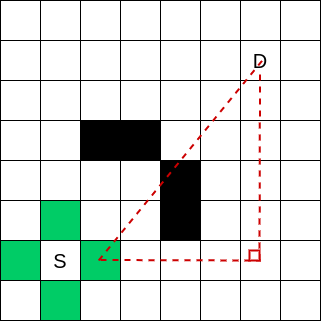
The draw.io diagram paper/figures/grid_euclid.png in mido3ds/vlsi_routing_research, before a commit. Source tidied: cells renumbered, new cells last; positions are measured from the earlier drawing's top-left corner, leaving out a move shared by most shapes. Source of this version:
```xml
<mxGraphModel>
  <root>
    <mxCell id="0" />
    <mxCell id="1" parent="0" />
    <mxCell id="2" style="whiteSpace=wrap;html=1;" parent="1" vertex="1">
      <mxGeometry width="40" height="40" as="geometry" />
    </mxCell>
    <mxCell id="3" style="whiteSpace=wrap;html=1;" parent="1" vertex="1">
      <mxGeometry x="40" width="40" height="40" as="geometry" />
    </mxCell>
    <mxCell id="4" style="whiteSpace=wrap;html=1;" parent="1" vertex="1">
      <mxGeometry x="80" width="40" height="40" as="geometry" />
    </mxCell>
    <mxCell id="5" style="whiteSpace=wrap;html=1;" parent="1" vertex="1">
      <mxGeometry x="120" width="40" height="40" as="geometry" />
    </mxCell>
    <mxCell id="6" style="whiteSpace=wrap;html=1;" parent="1" vertex="1">
      <mxGeometry x="160" width="40" height="40" as="geometry" />
    </mxCell>
    <mxCell id="7" style="whiteSpace=wrap;html=1;" parent="1" vertex="1">
      <mxGeometry x="200" width="40" height="40" as="geometry" />
    </mxCell>
    <mxCell id="8" style="whiteSpace=wrap;html=1;" parent="1" vertex="1">
      <mxGeometry x="240" width="40" height="40" as="geometry" />
    </mxCell>
    <mxCell id="9" style="whiteSpace=wrap;html=1;" parent="1" vertex="1">
      <mxGeometry x="280" width="40" height="40" as="geometry" />
    </mxCell>
    <mxCell id="10" style="whiteSpace=wrap;html=1;" parent="1" vertex="1">
      <mxGeometry y="40" width="40" height="40" as="geometry" />
    </mxCell>
    <mxCell id="11" style="whiteSpace=wrap;html=1;" parent="1" vertex="1">
      <mxGeometry x="40" y="40" width="40" height="40" as="geometry" />
    </mxCell>
    <mxCell id="12" style="whiteSpace=wrap;html=1;" parent="1" vertex="1">
      <mxGeometry x="80" y="40" width="40" height="40" as="geometry" />
    </mxCell>
    <mxCell id="13" style="whiteSpace=wrap;html=1;" parent="1" vertex="1">
      <mxGeometry x="120" y="40" width="40" height="40" as="geometry" />
    </mxCell>
    <mxCell id="14" style="whiteSpace=wrap;html=1;" parent="1" vertex="1">
      <mxGeometry x="160" y="40" width="40" height="40" as="geometry" />
    </mxCell>
    <mxCell id="15" style="whiteSpace=wrap;html=1;" parent="1" vertex="1">
      <mxGeometry x="200" y="40" width="40" height="40" as="geometry" />
    </mxCell>
    <mxCell id="16" value="&lt;font style=&quot;font-size: 20px&quot;&gt;D&lt;/font&gt;" style="whiteSpace=wrap;html=1;fillColor=#FFFFFF;" parent="1" vertex="1">
      <mxGeometry x="240" y="40" width="40" height="40" as="geometry" />
    </mxCell>
    <mxCell id="17" style="whiteSpace=wrap;html=1;" parent="1" vertex="1">
      <mxGeometry x="280" y="40" width="40" height="40" as="geometry" />
    </mxCell>
    <mxCell id="18" style="whiteSpace=wrap;html=1;" parent="1" vertex="1">
      <mxGeometry y="80" width="40" height="40" as="geometry" />
    </mxCell>
    <mxCell id="19" style="whiteSpace=wrap;html=1;" parent="1" vertex="1">
      <mxGeometry x="40" y="80" width="40" height="40" as="geometry" />
    </mxCell>
    <mxCell id="20" style="whiteSpace=wrap;html=1;" parent="1" vertex="1">
      <mxGeometry x="80" y="80" width="40" height="40" as="geometry" />
    </mxCell>
    <mxCell id="21" style="whiteSpace=wrap;html=1;" parent="1" vertex="1">
      <mxGeometry x="120" y="80" width="40" height="40" as="geometry" />
    </mxCell>
    <mxCell id="22" style="whiteSpace=wrap;html=1;" parent="1" vertex="1">
      <mxGeometry x="160" y="80" width="40" height="40" as="geometry" />
    </mxCell>
    <mxCell id="23" style="whiteSpace=wrap;html=1;" parent="1" vertex="1">
      <mxGeometry x="200" y="80" width="40" height="40" as="geometry" />
    </mxCell>
    <mxCell id="24" style="whiteSpace=wrap;html=1;fillColor=#FFFFFF;" parent="1" vertex="1">
      <mxGeometry x="240" y="80" width="40" height="40" as="geometry" />
    </mxCell>
    <mxCell id="25" style="whiteSpace=wrap;html=1;" parent="1" vertex="1">
      <mxGeometry x="280" y="80" width="40" height="40" as="geometry" />
    </mxCell>
    <mxCell id="26" style="whiteSpace=wrap;html=1;" parent="1" vertex="1">
      <mxGeometry y="120" width="40" height="40" as="geometry" />
    </mxCell>
    <mxCell id="27" style="whiteSpace=wrap;html=1;" parent="1" vertex="1">
      <mxGeometry x="40" y="120" width="40" height="40" as="geometry" />
    </mxCell>
    <mxCell id="28" style="whiteSpace=wrap;html=1;fillColor=#000000;" parent="1" vertex="1">
      <mxGeometry x="80" y="120" width="40" height="40" as="geometry" />
    </mxCell>
    <mxCell id="29" style="whiteSpace=wrap;html=1;fillColor=#000000;" parent="1" vertex="1">
      <mxGeometry x="120" y="120" width="40" height="40" as="geometry" />
    </mxCell>
    <mxCell id="30" style="whiteSpace=wrap;html=1;" parent="1" vertex="1">
      <mxGeometry x="160" y="120" width="40" height="40" as="geometry" />
    </mxCell>
    <mxCell id="31" style="whiteSpace=wrap;html=1;" parent="1" vertex="1">
      <mxGeometry x="200" y="120" width="40" height="40" as="geometry" />
    </mxCell>
    <mxCell id="32" style="whiteSpace=wrap;html=1;fillColor=#FFFFFF;" parent="1" vertex="1">
      <mxGeometry x="240" y="120" width="40" height="40" as="geometry" />
    </mxCell>
    <mxCell id="33" style="whiteSpace=wrap;html=1;" parent="1" vertex="1">
      <mxGeometry x="280" y="120" width="40" height="40" as="geometry" />
    </mxCell>
    <mxCell id="34" style="whiteSpace=wrap;html=1;" parent="1" vertex="1">
      <mxGeometry y="160" width="40" height="40" as="geometry" />
    </mxCell>
    <mxCell id="35" style="whiteSpace=wrap;html=1;" parent="1" vertex="1">
      <mxGeometry x="40" y="160" width="40" height="40" as="geometry" />
    </mxCell>
    <mxCell id="36" style="whiteSpace=wrap;html=1;" parent="1" vertex="1">
      <mxGeometry x="80" y="160" width="40" height="40" as="geometry" />
    </mxCell>
    <mxCell id="37" style="whiteSpace=wrap;html=1;" parent="1" vertex="1">
      <mxGeometry x="120" y="160" width="40" height="40" as="geometry" />
    </mxCell>
    <mxCell id="38" style="whiteSpace=wrap;html=1;fillColor=#000000;" parent="1" vertex="1">
      <mxGeometry x="160" y="160" width="40" height="40" as="geometry" />
    </mxCell>
    <mxCell id="39" style="whiteSpace=wrap;html=1;" parent="1" vertex="1">
      <mxGeometry x="200" y="160" width="40" height="40" as="geometry" />
    </mxCell>
    <mxCell id="40" style="whiteSpace=wrap;html=1;fillColor=#FFFFFF;" parent="1" vertex="1">
      <mxGeometry x="240" y="160" width="40" height="40" as="geometry" />
    </mxCell>
    <mxCell id="41" style="whiteSpace=wrap;html=1;" parent="1" vertex="1">
      <mxGeometry x="280" y="160" width="40" height="40" as="geometry" />
    </mxCell>
    <mxCell id="42" style="whiteSpace=wrap;html=1;" parent="1" vertex="1">
      <mxGeometry y="200" width="40" height="40" as="geometry" />
    </mxCell>
    <mxCell id="43" style="whiteSpace=wrap;html=1;fillColor=#00CC66;" parent="1" vertex="1">
      <mxGeometry x="40" y="200" width="40" height="40" as="geometry" />
    </mxCell>
    <mxCell id="44" style="whiteSpace=wrap;html=1;" parent="1" vertex="1">
      <mxGeometry x="80" y="200" width="40" height="40" as="geometry" />
    </mxCell>
    <mxCell id="45" style="whiteSpace=wrap;html=1;" parent="1" vertex="1">
      <mxGeometry x="120" y="200" width="40" height="40" as="geometry" />
    </mxCell>
    <mxCell id="46" style="whiteSpace=wrap;html=1;fillColor=#000000;" parent="1" vertex="1">
      <mxGeometry x="160" y="200" width="40" height="40" as="geometry" />
    </mxCell>
    <mxCell id="47" style="whiteSpace=wrap;html=1;" parent="1" vertex="1">
      <mxGeometry x="200" y="200" width="40" height="40" as="geometry" />
    </mxCell>
    <mxCell id="48" style="whiteSpace=wrap;html=1;fillColor=#FFFFFF;" parent="1" vertex="1">
      <mxGeometry x="240" y="200" width="40" height="40" as="geometry" />
    </mxCell>
    <mxCell id="49" style="whiteSpace=wrap;html=1;" parent="1" vertex="1">
      <mxGeometry x="280" y="200" width="40" height="40" as="geometry" />
    </mxCell>
    <mxCell id="50" style="whiteSpace=wrap;html=1;fillColor=#00CC66;" parent="1" vertex="1">
      <mxGeometry y="240" width="40" height="40" as="geometry" />
    </mxCell>
    <mxCell id="51" value="&lt;font style=&quot;font-size: 20px&quot;&gt;S&lt;/font&gt;" style="whiteSpace=wrap;html=1;fillColor=#FFFFFF;" parent="1" vertex="1">
      <mxGeometry x="40" y="240" width="40" height="40" as="geometry" />
    </mxCell>
    <mxCell id="52" style="whiteSpace=wrap;html=1;fillColor=#00CC66;" parent="1" vertex="1">
      <mxGeometry x="80" y="240" width="40" height="40" as="geometry" />
    </mxCell>
    <mxCell id="53" style="whiteSpace=wrap;html=1;fillColor=#FFFFFF;" parent="1" vertex="1">
      <mxGeometry x="120" y="240" width="40" height="40" as="geometry" />
    </mxCell>
    <mxCell id="54" style="whiteSpace=wrap;html=1;fillColor=#FFFFFF;" parent="1" vertex="1">
      <mxGeometry x="160" y="240" width="40" height="40" as="geometry" />
    </mxCell>
    <mxCell id="55" style="whiteSpace=wrap;html=1;fillColor=#FFFFFF;" parent="1" vertex="1">
      <mxGeometry x="200" y="240" width="40" height="40" as="geometry" />
    </mxCell>
    <mxCell id="56" style="whiteSpace=wrap;html=1;fillColor=#FFFFFF;" parent="1" vertex="1">
      <mxGeometry x="240" y="240" width="40" height="40" as="geometry" />
    </mxCell>
    <mxCell id="57" style="whiteSpace=wrap;html=1;" parent="1" vertex="1">
      <mxGeometry x="280" y="240" width="40" height="40" as="geometry" />
    </mxCell>
    <mxCell id="58" style="whiteSpace=wrap;html=1;" parent="1" vertex="1">
      <mxGeometry y="280" width="40" height="40" as="geometry" />
    </mxCell>
    <mxCell id="59" style="whiteSpace=wrap;html=1;fillColor=#00CC66;" parent="1" vertex="1">
      <mxGeometry x="40" y="280" width="40" height="40" as="geometry" />
    </mxCell>
    <mxCell id="60" style="whiteSpace=wrap;html=1;" parent="1" vertex="1">
      <mxGeometry x="80" y="280" width="40" height="40" as="geometry" />
    </mxCell>
    <mxCell id="61" style="whiteSpace=wrap;html=1;" parent="1" vertex="1">
      <mxGeometry x="120" y="280" width="40" height="40" as="geometry" />
    </mxCell>
    <mxCell id="62" style="whiteSpace=wrap;html=1;" parent="1" vertex="1">
      <mxGeometry x="160" y="280" width="40" height="40" as="geometry" />
    </mxCell>
    <mxCell id="63" style="whiteSpace=wrap;html=1;" parent="1" vertex="1">
      <mxGeometry x="200" y="280" width="40" height="40" as="geometry" />
    </mxCell>
    <mxCell id="64" style="whiteSpace=wrap;html=1;" parent="1" vertex="1">
      <mxGeometry x="240" y="280" width="40" height="40" as="geometry" />
    </mxCell>
    <mxCell id="65" style="whiteSpace=wrap;html=1;" parent="1" vertex="1">
      <mxGeometry x="280" y="280" width="40" height="40" as="geometry" />
    </mxCell>
    <mxCell id="66" style="endArrow=none;dashed=1;html=1;strokeWidth=2;strokeColor=#CC0000;" parent="1" edge="1">
      <mxGeometry relative="1" as="geometry">
        <mxPoint x="100" y="259.5" as="sourcePoint" />
        <mxPoint x="260" y="260" as="targetPoint" />
      </mxGeometry>
    </mxCell>
    <mxCell id="67" style="endArrow=none;dashed=1;html=1;strokeWidth=2;strokeColor=#CC0000;" parent="1" edge="1">
      <mxGeometry relative="1" as="geometry">
        <mxPoint x="259" y="260" as="sourcePoint" />
        <mxPoint x="259.5" y="70" as="targetPoint" />
      </mxGeometry>
    </mxCell>
    <mxCell id="68" style="endArrow=none;dashed=1;html=1;strokeWidth=2;strokeColor=#CC0000;exitX=0;exitY=1;exitDx=0;exitDy=0;" parent="1" edge="1">
      <mxGeometry relative="1" as="geometry">
        <mxPoint x="98.2" y="260" as="sourcePoint" />
        <mxPoint x="261.8" y="60" as="targetPoint" />
      </mxGeometry>
    </mxCell>
    <mxCell id="69" style="whiteSpace=wrap;html=1;fillColor=#FFFFFF;strokeWidth=2;strokeColor=#CC0000;" parent="1" vertex="1">
      <mxGeometry x="249" y="250" width="10" height="10" as="geometry" />
    </mxCell>
  </root>
</mxGraphModel>
```
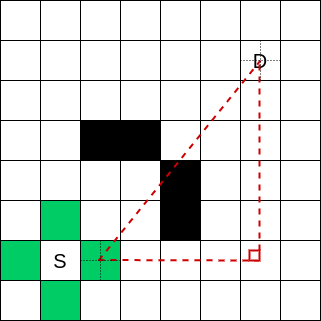
The same file after the commit.

Commit message:
methodology figures revisit

Diff of the diagram source:
```diff
@@ -196,24 +196,37 @@
     </mxCell>
     <mxCell id="66" style="endArrow=none;dashed=1;html=1;strokeWidth=2;strokeColor=#CC0000;" parent="1" edge="1">
       <mxGeometry relative="1" as="geometry">
-        <mxPoint x="100" y="259.5" as="sourcePoint" />
-        <mxPoint x="260" y="260" as="targetPoint" />
+        <mxPoint x="98" y="259.5" as="sourcePoint" />
+        <mxPoint x="258" y="260" as="targetPoint" />
       </mxGeometry>
     </mxCell>
-    <mxCell id="67" style="endArrow=none;dashed=1;html=1;strokeWidth=2;strokeColor=#CC0000;" parent="1" edge="1">
+    <mxCell id="67" style="endArrow=none;dashed=1;html=1;strokeWidth=2;strokeColor=#CC0000;exitX=1;exitY=0;exitDx=0;exitDy=0;" parent="1" edge="1" source="69">
       <mxGeometry relative="1" as="geometry">
-        <mxPoint x="259" y="260" as="sourcePoint" />
-        <mxPoint x="259.5" y="70" as="targetPoint" />
+        <mxPoint x="259" y="60" as="targetPoint" />
       </mxGeometry>
     </mxCell>
     <mxCell id="68" style="endArrow=none;dashed=1;html=1;strokeWidth=2;strokeColor=#CC0000;exitX=0;exitY=1;exitDx=0;exitDy=0;" parent="1" edge="1">
       <mxGeometry relative="1" as="geometry">
         <mxPoint x="98.2" y="260" as="sourcePoint" />
-        <mxPoint x="261.8" y="60" as="targetPoint" />
+        <mxPoint x="260" y="60" as="targetPoint" />
       </mxGeometry>
     </mxCell>
     <mxCell id="69" style="whiteSpace=wrap;html=1;fillColor=#FFFFFF;strokeWidth=2;strokeColor=#CC0000;" parent="1" vertex="1">
       <mxGeometry x="249" y="250" width="10" height="10" as="geometry" />
     </mxCell>
+    <mxCell id="70" style="endArrow=none;html=1;entryX=0.5;entryY=0;entryDx=0;entryDy=0;fillColor=#dae8fc;strokeColor=#000000;strokeWidth=1;dashed=1;dashPattern=1 2;" parent="1" edge="1" target="52">
+      <mxGeometry relative="1" as="geometry">
+        <mxPoint x="100" y="280" as="sourcePoint" />
+      </mxGeometry>
+    </mxCell>
+    <mxCell id="71" style="endArrow=none;html=1;entryX=1;entryY=0.5;entryDx=0;entryDy=0;fillColor=#dae8fc;strokeColor=#000000;strokeWidth=1;dashed=1;dashPattern=1 2;exitX=0;exitY=0.5;exitDx=0;exitDy=0;" parent="1" edge="1" source="52" target="52">
+      <mxGeometry relative="1" as="geometry" />
+    </mxCell>
+    <mxCell id="72" style="endArrow=none;html=1;entryX=1;entryY=0.5;entryDx=0;entryDy=0;fillColor=#dae8fc;strokeColor=#000000;strokeWidth=1;dashed=1;dashPattern=1 2;exitX=1;exitY=0.5;exitDx=0;exitDy=0;" parent="1" edge="1" source="15" target="16">
+      <mxGeometry relative="1" as="geometry" />
+    </mxCell>
+    <mxCell id="73" style="endArrow=none;html=1;entryX=0.5;entryY=0;entryDx=0;entryDy=0;fillColor=#dae8fc;strokeColor=#000000;strokeWidth=1;dashed=1;dashPattern=1 2;exitX=0.5;exitY=0;exitDx=0;exitDy=0;" parent="1" edge="1" source="24" target="16">
+      <mxGeometry relative="1" as="geometry" />
+    </mxCell>
   </root>
 </mxGraphModel>
```
